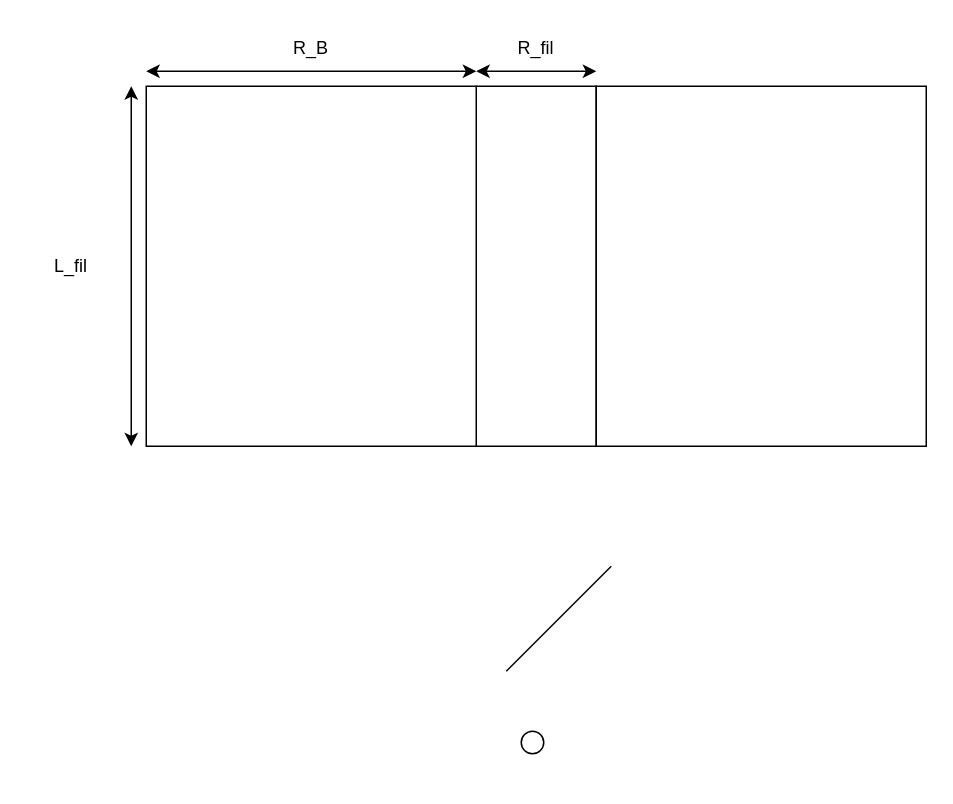
Earlier version of the draw.io diagram DrawIo/Filament_géométrie.drawio (KyuriTaima/CygnusDynamics). Source tidied: cells renumbered, new cells numbered last; positions are measured from the earlier drawing's top-left corner, leaving out a move shared by most shapes. Both pictures are drawn from the tidied source at 150%, with x=0, y=0 at pixel (26, 26).
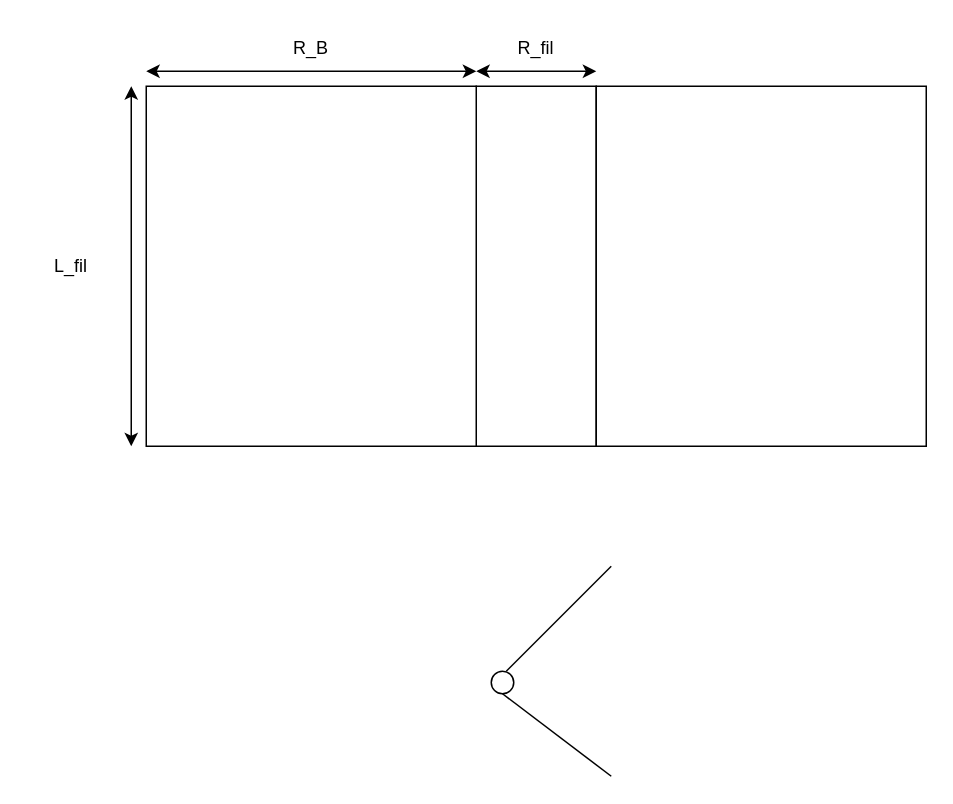
After the change.

Commit message:
Overleaf Connect auto-sync [2026-06-18 11:45:58]

What changed in the source:
```diff
@@
 <mxGraphModel>
   <root>
     <mxCell id="0" />
     <mxCell id="1" parent="0" />
     <mxCell id="2" style="rounded=0;whiteSpace=wrap;html=1;" parent="1" vertex="1">
       <mxGeometry x="300" y="40" width="80" height="240" as="geometry" />
     </mxCell>
     <mxCell id="3" style="rounded=0;whiteSpace=wrap;html=1;" parent="1" vertex="1">
       <mxGeometry x="380" y="40" width="220" height="240" as="geometry" />
     </mxCell>
     <mxCell id="4" style="rounded=0;whiteSpace=wrap;html=1;" parent="1" vertex="1">
       <mxGeometry x="80" y="40" width="220" height="240" as="geometry" />
     </mxCell>
     <mxCell id="5" style="endArrow=classic;startArrow=classic;html=1;rounded=0;" parent="1" edge="1">
       <mxGeometry relative="1" as="geometry">
         <mxPoint x="80" y="30" as="sourcePoint" />
         <mxPoint x="300" y="30" as="targetPoint" />
       </mxGeometry>
     </mxCell>
     <mxCell id="6" value="R_B" style="text;html=1;whiteSpace=wrap;strokeColor=none;fillColor=none;align=center;verticalAlign=middle;rounded=0;" parent="1" vertex="1">
       <mxGeometry x="160" width="60" height="30" as="geometry" />
     </mxCell>
     <mxCell id="7" style="endArrow=classic;startArrow=classic;html=1;rounded=0;" parent="1" edge="1">
       <mxGeometry relative="1" as="geometry">
         <mxPoint x="300" y="30" as="sourcePoint" />
         <mxPoint x="380" y="30" as="targetPoint" />
       </mxGeometry>
     </mxCell>
     <mxCell id="8" value="R_fil" style="text;html=1;whiteSpace=wrap;strokeColor=none;fillColor=none;align=center;verticalAlign=middle;rounded=0;" parent="1" vertex="1">
       <mxGeometry x="310" width="60" height="30" as="geometry" />
     </mxCell>
     <mxCell id="9" style="endArrow=classic;startArrow=classic;html=1;rounded=0;" parent="1" edge="1">
       <mxGeometry relative="1" as="geometry">
         <mxPoint x="70" y="280" as="sourcePoint" />
         <mxPoint x="70" y="40" as="targetPoint" />
       </mxGeometry>
     </mxCell>
     <mxCell id="10" value="L_fil" style="text;html=1;whiteSpace=wrap;strokeColor=none;fillColor=none;align=center;verticalAlign=middle;rounded=0;" parent="1" vertex="1">
       <mxGeometry y="145" width="60" height="30" as="geometry" />
     </mxCell>
     <mxCell id="11" style="ellipse;whiteSpace=wrap;html=1;" parent="1" vertex="1">
-      <mxGeometry x="330" y="470" width="15" height="15" as="geometry" />
+      <mxGeometry x="310" y="430" width="15" height="15" as="geometry" />
     </mxCell>
     <mxCell id="12" style="endArrow=none;html=1;rounded=0;" parent="1" edge="1">
       <mxGeometry relative="1" as="geometry">
         <mxPoint x="320" y="430" as="sourcePoint" />
         <mxPoint x="390" y="360" as="targetPoint" />
       </mxGeometry>
     </mxCell>
+    <mxCell id="13" style="endArrow=none;html=1;rounded=0;entryX=0.5;entryY=1;entryDx=0;entryDy=0;" parent="1" edge="1" target="11">
+      <mxGeometry relative="1" as="geometry">
+        <mxPoint x="390" y="500" as="sourcePoint" />
+      </mxGeometry>
+    </mxCell>
   </root>
 </mxGraphModel>
```
